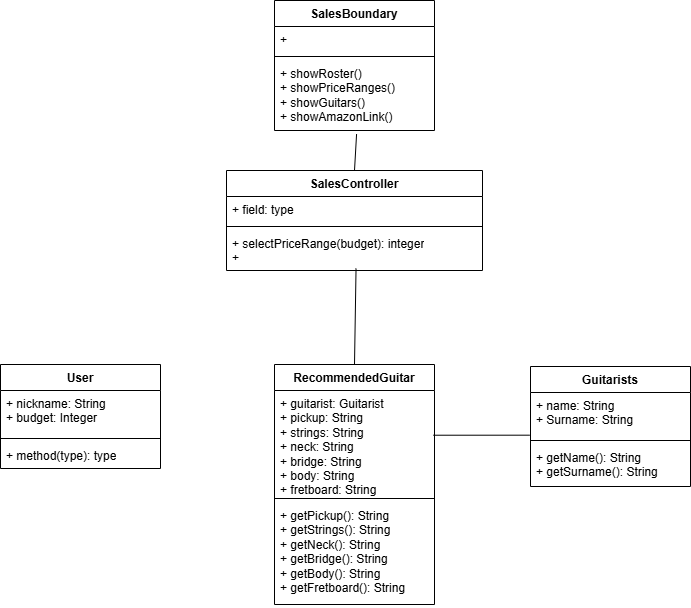
The draw.io diagram diagrams/BCEM.drawio.png in TizianoLilli/ISPW-Project, before a commit. Source tidied: cells renumbered, new cells last; positions are measured from the earlier drawing's top-left corner, leaving out a move shared by most shapes. The source it was exported from:
```xml
<mxGraphModel>
  <root>
    <mxCell id="0" />
    <mxCell id="1" parent="0" />
    <mxCell id="2" value="Guitarists" style="swimlane;fontStyle=1;align=center;verticalAlign=top;horizontal=1;startSize=26;whiteSpace=wrap;html=1;" parent="1" vertex="1">
      <mxGeometry x="530" y="366" width="160" height="120" as="geometry" />
    </mxCell>
    <mxCell id="3" value="+ name: String&lt;div&gt;+ Surname: String&lt;/div&gt;" style="text;strokeColor=none;fillColor=none;align=left;verticalAlign=top;spacingLeft=4;spacingRight=4;overflow=hidden;points=[[0,0.5],[1,0.5]];portConstraint=eastwest;whiteSpace=wrap;html=1;" parent="2" vertex="1">
      <mxGeometry y="26" width="160" height="44" as="geometry" />
    </mxCell>
    <mxCell id="4" style="line;strokeWidth=1;fillColor=none;align=left;verticalAlign=middle;spacingTop=-1;spacingLeft=3;spacingRight=3;labelPosition=right;strokeColor=inherit;" parent="2" vertex="1">
      <mxGeometry y="70" width="160" height="8" as="geometry" />
    </mxCell>
    <mxCell id="5" value="+ getName(): String&lt;div&gt;+ getSurname(): String&lt;/div&gt;" style="text;strokeColor=none;fillColor=none;align=left;verticalAlign=top;spacingLeft=4;spacingRight=4;overflow=hidden;whiteSpace=wrap;html=1;" parent="2" vertex="1">
      <mxGeometry y="78" width="160" height="42" as="geometry" />
    </mxCell>
    <mxCell id="6" value="RecommendedGuitar" style="swimlane;fontStyle=1;align=center;verticalAlign=top;horizontal=1;startSize=26;whiteSpace=wrap;html=1;" parent="1" vertex="1">
      <mxGeometry x="274" y="364" width="160" height="240" as="geometry" />
    </mxCell>
    <mxCell id="7" value="+ guitarist: Guitarist&lt;div&gt;+ pickup: String&lt;/div&gt;&lt;div&gt;+ strings: String&lt;/div&gt;&lt;div&gt;+ neck: String&lt;/div&gt;&lt;div&gt;+ bridge: String&lt;/div&gt;&lt;div&gt;+ body: String&lt;/div&gt;&lt;div&gt;+ fretboard: String&lt;/div&gt;" style="text;strokeColor=none;fillColor=none;align=left;verticalAlign=top;spacingLeft=4;spacingRight=4;overflow=hidden;points=[[0,0.5],[1,0.5]];portConstraint=eastwest;whiteSpace=wrap;html=1;" parent="6" vertex="1">
      <mxGeometry y="26" width="160" height="104" as="geometry" />
    </mxCell>
    <mxCell id="8" style="line;strokeWidth=1;fillColor=none;align=left;verticalAlign=middle;spacingTop=-1;spacingLeft=3;spacingRight=3;labelPosition=right;strokeColor=inherit;" parent="6" vertex="1">
      <mxGeometry y="130" width="160" height="8" as="geometry" />
    </mxCell>
    <mxCell id="9" value="+ getPickup(): String&lt;div&gt;+ getStrings()&lt;span style=&quot;background-color: initial;&quot;&gt;: String&lt;/span&gt;&lt;/div&gt;&lt;div&gt;+ getNeck()&lt;span style=&quot;background-color: initial;&quot;&gt;: String&lt;/span&gt;&lt;/div&gt;&lt;div&gt;+ getBridge()&lt;span style=&quot;background-color: initial;&quot;&gt;: String&lt;/span&gt;&lt;/div&gt;&lt;div&gt;+ getBody()&lt;span style=&quot;background-color: initial;&quot;&gt;: String&lt;/span&gt;&lt;/div&gt;&lt;div&gt;+ getFretboard(): String&lt;/div&gt;" style="text;strokeColor=none;fillColor=none;align=left;verticalAlign=top;spacingLeft=4;spacingRight=4;overflow=hidden;whiteSpace=wrap;html=1;" parent="6" vertex="1">
      <mxGeometry y="138" width="160" height="102" as="geometry" />
    </mxCell>
    <mxCell id="10" value="User" style="swimlane;fontStyle=1;align=center;verticalAlign=top;horizontal=1;startSize=26;whiteSpace=wrap;html=1;" parent="1" vertex="1">
      <mxGeometry y="364" width="160" height="104" as="geometry" />
    </mxCell>
    <mxCell id="11" value="+ nickname: String&lt;div&gt;+ budget: Integer&lt;/div&gt;" style="text;strokeColor=none;fillColor=none;align=left;verticalAlign=top;spacingLeft=4;spacingRight=4;overflow=hidden;whiteSpace=wrap;html=1;" parent="10" vertex="1">
      <mxGeometry y="26" width="160" height="44" as="geometry" />
    </mxCell>
    <mxCell id="12" style="line;strokeWidth=1;fillColor=none;align=left;verticalAlign=middle;spacingTop=-1;spacingLeft=3;spacingRight=3;labelPosition=right;strokeColor=inherit;" parent="10" vertex="1">
      <mxGeometry y="70" width="160" height="8" as="geometry" />
    </mxCell>
    <mxCell id="13" value="+ method(type): type" style="text;strokeColor=none;fillColor=none;align=left;verticalAlign=top;spacingLeft=4;spacingRight=4;overflow=hidden;whiteSpace=wrap;html=1;" parent="10" vertex="1">
      <mxGeometry y="78" width="160" height="26" as="geometry" />
    </mxCell>
    <mxCell id="14" value="SalesController" style="swimlane;fontStyle=1;align=center;verticalAlign=top;horizontal=1;startSize=26;whiteSpace=wrap;html=1;" parent="1" vertex="1">
      <mxGeometry x="226" y="170" width="256" height="100" as="geometry" />
    </mxCell>
    <mxCell id="15" value="+ field: type" style="text;strokeColor=none;fillColor=none;align=left;verticalAlign=top;spacingLeft=4;spacingRight=4;overflow=hidden;whiteSpace=wrap;html=1;" parent="14" vertex="1">
      <mxGeometry y="26" width="256" height="26" as="geometry" />
    </mxCell>
    <mxCell id="16" style="line;strokeWidth=1;fillColor=none;align=left;verticalAlign=middle;spacingTop=-1;spacingLeft=3;spacingRight=3;labelPosition=right;strokeColor=inherit;" parent="14" vertex="1">
      <mxGeometry y="52" width="256" height="8" as="geometry" />
    </mxCell>
    <mxCell id="17" value="+ selectPriceRange(budget): integer&lt;div&gt;+&amp;nbsp;&lt;/div&gt;" style="text;strokeColor=none;fillColor=none;align=left;verticalAlign=top;spacingLeft=4;spacingRight=4;overflow=hidden;points=[[0,0.5],[1,0.5]];portConstraint=eastwest;whiteSpace=wrap;html=1;" parent="14" vertex="1">
      <mxGeometry y="60" width="256" height="40" as="geometry" />
    </mxCell>
    <mxCell id="18" value="SalesBoundary" style="swimlane;fontStyle=1;align=center;verticalAlign=top;horizontal=1;startSize=26;whiteSpace=wrap;html=1;" parent="1" vertex="1">
      <mxGeometry x="274" width="160" height="130" as="geometry" />
    </mxCell>
    <mxCell id="19" value="+&amp;nbsp;" style="text;strokeColor=none;fillColor=none;align=left;verticalAlign=top;spacingLeft=4;spacingRight=4;overflow=hidden;whiteSpace=wrap;html=1;" parent="18" vertex="1">
      <mxGeometry y="26" width="160" height="26" as="geometry" />
    </mxCell>
    <mxCell id="20" style="line;strokeWidth=1;fillColor=none;align=left;verticalAlign=middle;spacingTop=-1;spacingLeft=3;spacingRight=3;labelPosition=right;strokeColor=inherit;" parent="18" vertex="1">
      <mxGeometry y="52" width="160" height="8" as="geometry" />
    </mxCell>
    <mxCell id="21" value="+ showRoster()&lt;div&gt;+ showPriceRanges()&lt;/div&gt;&lt;div&gt;+ showGuitars()&lt;/div&gt;&lt;div&gt;+ showAmazonLink()&lt;/div&gt;" style="text;strokeColor=none;fillColor=none;align=left;verticalAlign=top;spacingLeft=4;spacingRight=4;overflow=hidden;points=[[0,0.5],[1,0.5]];portConstraint=eastwest;whiteSpace=wrap;html=1;" parent="18" vertex="1">
      <mxGeometry y="60" width="160" height="70" as="geometry" />
    </mxCell>
    <mxCell id="22" style="endArrow=none;html=1;rounded=0;exitX=0.5;exitY=0;exitDx=0;exitDy=0;entryX=0.506;entryY=0.949;entryDx=0;entryDy=0;entryPerimeter=0;" parent="1" edge="1" source="6" target="17">
      <mxGeometry relative="1" as="geometry" />
    </mxCell>
    <mxCell id="23" style="endArrow=none;html=1;rounded=0;exitX=0.992;exitY=0.43;exitDx=0;exitDy=0;entryX=-0.004;entryY=0.97;entryDx=0;entryDy=0;entryPerimeter=0;exitPerimeter=0;" parent="1" edge="1" source="7" target="3">
      <mxGeometry relative="1" as="geometry" />
    </mxCell>
    <mxCell id="24" style="endArrow=none;html=1;rounded=0;exitX=0.513;exitY=1.051;exitDx=0;exitDy=0;entryX=0.5;entryY=0;entryDx=0;entryDy=0;exitPerimeter=0;" parent="1" edge="1" source="21" target="14">
      <mxGeometry relative="1" as="geometry" />
    </mxCell>
  </root>
</mxGraphModel>
```
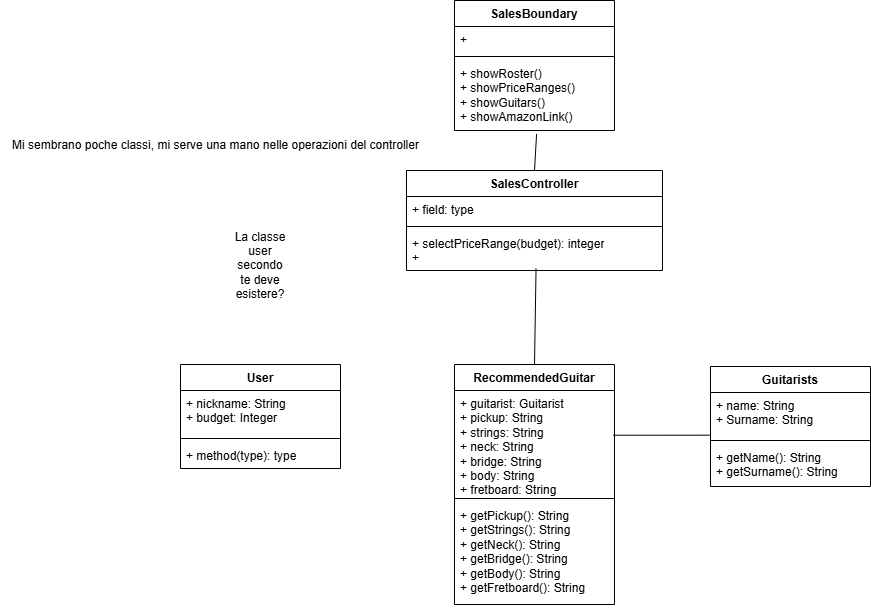
After the commit.

What changed in the source:
```diff
@@ -71,5 +71,11 @@
     <mxCell id="24" style="endArrow=none;html=1;rounded=0;exitX=0.513;exitY=1.051;exitDx=0;exitDy=0;entryX=0.5;entryY=0;entryDx=0;entryDy=0;exitPerimeter=0;" parent="1" edge="1" source="21" target="14">
       <mxGeometry relative="1" as="geometry" />
     </mxCell>
+    <mxCell id="25" value="Mi sembrano poche classi, mi serve una mano nelle operazioni del controller" style="text;html=1;align=center;verticalAlign=middle;strokeColor=none;fillColor=none;" parent="1" vertex="1">
+      <mxGeometry x="-180" y="130" width="430" height="30" as="geometry" />
+    </mxCell>
+    <mxCell id="26" value="La classe user secondo te deve esistere?" style="text;html=1;align=center;verticalAlign=middle;whiteSpace=wrap;rounded=0;" parent="1" vertex="1">
+      <mxGeometry x="50" y="250" width="60" height="30" as="geometry" />
+    </mxCell>
   </root>
 </mxGraphModel>
```
